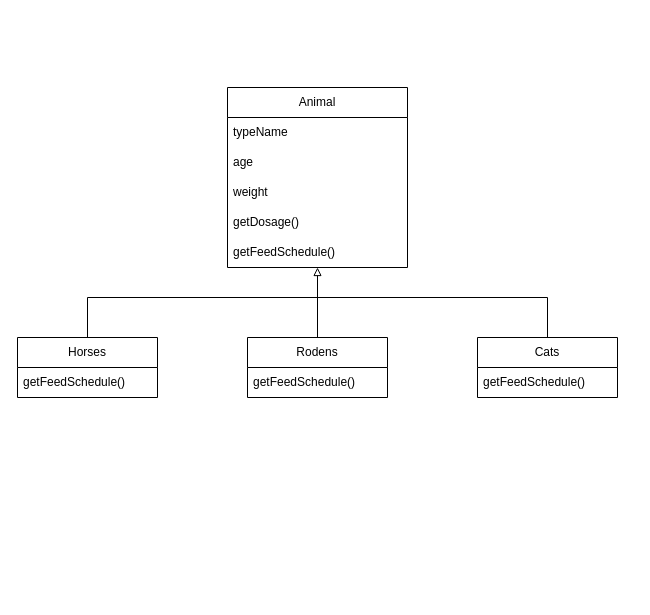
This is ZooManagement.drawio from Gundogduu/javaIntro2022, a draw.io file, before an edit. Source tidied: cells renumbered, new cells numbered last; positions are measured from the earlier drawing's top-left corner, leaving out a move shared by most shapes. Both pictures are drawn from the tidied source at 100%, with x=0, y=0 at pixel (17, 87).
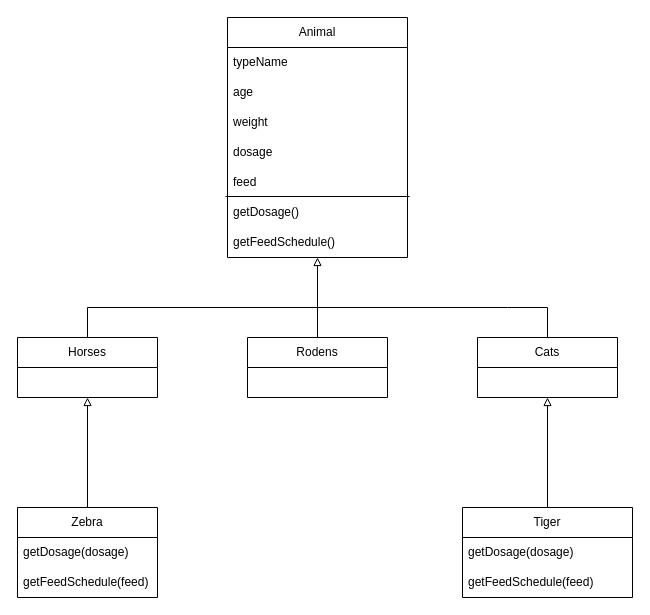
The same diagram, later.

The change refers to these unchanged cells:
```xml
<mxCell id="2" value="Horses" style="swimlane;fontStyle=0;horizontal=1;startSize=30;whiteSpace=wrap;html=1;" parent="1" vertex="1">
  <mxGeometry y="250" width="140" height="60" as="geometry" />
</mxCell>
<mxCell id="11" value="Rodens" style="swimlane;fontStyle=0;horizontal=1;startSize=30;whiteSpace=wrap;html=1;" parent="1" vertex="1">
  <mxGeometry x="230" y="250" width="140" height="60" as="geometry" />
</mxCell>
<mxCell id="13" value="Cats" style="swimlane;fontStyle=0;horizontal=1;startSize=30;whiteSpace=wrap;html=1;" parent="1" vertex="1">
  <mxGeometry x="460" y="250" width="140" height="60" as="geometry" />
</mxCell>
```

What changed in the source:
```diff
@@
+    <mxCell id="17" style="edgeStyle=orthogonalEdgeStyle;rounded=0;jettySize=auto;html=1;endArrow=none;startFill=0;startArrow=block;" parent="1" edge="1" source="2" target="22">
+      <mxGeometry relative="1" as="geometry" />
+    </mxCell>
@@
-    <mxCell id="3" value="getFeedSchedule()" style="text;strokeColor=none;fillColor=none;align=left;verticalAlign=middle;spacingLeft=4;spacingRight=4;overflow=hidden;whiteSpace=wrap;html=1;" parent="2" vertex="1">
-      <mxGeometry y="30" width="140" height="30" as="geometry" />
-    </mxCell>
@@
     <mxCell id="5" value="Animal" style="swimlane;fontStyle=0;horizontal=1;startSize=30;whiteSpace=wrap;html=1;" parent="1" vertex="1">
-      <mxGeometry x="210" width="180" height="180" as="geometry" />
+      <mxGeometry x="210" y="-70" width="180" height="240" as="geometry" />
     </mxCell>
@@
+    <mxCell id="18" value="dosage" style="text;strokeColor=none;fillColor=none;align=left;verticalAlign=middle;spacingLeft=4;spacingRight=4;overflow=hidden;whiteSpace=wrap;html=1;" parent="5" vertex="1">
+      <mxGeometry y="120" width="180" height="30" as="geometry" />
+    </mxCell>
+    <mxCell id="19" value="feed" style="text;strokeColor=none;fillColor=none;align=left;verticalAlign=middle;spacingLeft=4;spacingRight=4;overflow=hidden;points=[[0,0.5],[1,0.5]];portConstraint=eastwest;whiteSpace=wrap;html=1;" parent="5" vertex="1">
+      <mxGeometry y="150" width="180" height="30" as="geometry" />
+    </mxCell>
+    <mxCell id="20" style="endArrow=none;html=1;rounded=0;exitX=-0.011;exitY=-0.033;exitDx=0;exitDy=0;exitPerimeter=0;entryX=1.011;entryY=0.967;entryDx=0;entryDy=0;entryPerimeter=0;" parent="5" edge="1" source="9" target="19">
+      <mxGeometry relative="1" as="geometry" />
+    </mxCell>
     <mxCell id="9" value="getDosage()" style="text;strokeColor=none;fillColor=none;align=left;verticalAlign=middle;spacingLeft=4;spacingRight=4;overflow=hidden;points=[[0,0.5],[1,0.5]];portConstraint=eastwest;whiteSpace=wrap;html=1;" parent="5" vertex="1">
-      <mxGeometry y="120" width="180" height="30" as="geometry" />
+      <mxGeometry y="180" width="180" height="30" as="geometry" />
     </mxCell>
     <mxCell id="10" value="getFeedSchedule()" style="text;strokeColor=none;fillColor=none;align=left;verticalAlign=middle;spacingLeft=4;spacingRight=4;overflow=hidden;whiteSpace=wrap;html=1;" parent="5" vertex="1">
-      <mxGeometry y="150" width="180" height="30" as="geometry" />
+      <mxGeometry y="210" width="180" height="30" as="geometry" />
     </mxCell>
@@
-    <mxCell id="12" value="getFeedSchedule()" style="text;strokeColor=none;fillColor=none;align=left;verticalAlign=middle;spacingLeft=4;spacingRight=4;overflow=hidden;whiteSpace=wrap;html=1;" parent="11" vertex="1">
-      <mxGeometry y="30" width="140" height="30" as="geometry" />
-    </mxCell>
+    <mxCell id="21" style="edgeStyle=orthogonalEdgeStyle;rounded=0;jettySize=auto;html=1;startArrow=block;startFill=0;endArrow=none;" parent="1" edge="1" source="13" target="25">
+      <mxGeometry relative="1" as="geometry" />
+    </mxCell>
@@
-    <mxCell id="14" value="getFeedSchedule()" style="text;strokeColor=none;fillColor=none;align=left;verticalAlign=middle;spacingLeft=4;spacingRight=4;overflow=hidden;whiteSpace=wrap;html=1;" parent="13" vertex="1">
-      <mxGeometry y="30" width="140" height="30" as="geometry" />
-    </mxCell>
     <mxCell id="15" style="endArrow=none;html=1;rounded=0;startFill=0;" parent="1" edge="1">
       <mxGeometry relative="1" as="geometry">
         <mxPoint x="70" y="250" as="sourcePoint" />
-        <mxPoint x="300" y="210" as="targetPoint" />
+        <mxPoint x="300" y="220" as="targetPoint" />
         <Array as="points">
-          <mxPoint x="70" y="210" />
+          <mxPoint x="70" y="220" />
         </Array>
       </mxGeometry>
     </mxCell>
     <mxCell id="16" style="edgeStyle=none;jettySize=auto;html=1;rounded=0;entryX=0.5;entryY=0;entryDx=0;entryDy=0;endArrow=none;startFill=0;" parent="1" edge="1" target="13">
       <mxGeometry relative="1" as="geometry">
-        <mxPoint x="300" y="210" as="sourcePoint" />
+        <mxPoint x="300" y="220" as="sourcePoint" />
         <Array as="points">
-          <mxPoint x="530" y="210" />
+          <mxPoint x="490" y="220" />
+          <mxPoint x="530" y="220" />
         </Array>
       </mxGeometry>
     </mxCell>
+    <mxCell id="22" value="Zebra" style="swimlane;fontStyle=0;horizontal=1;startSize=30;whiteSpace=wrap;html=1;" parent="1" vertex="1">
+      <mxGeometry y="420" width="140" height="90" as="geometry" />
+    </mxCell>
+    <mxCell id="23" value="getDosage(dosage)" style="text;strokeColor=none;fillColor=none;align=left;verticalAlign=middle;spacingLeft=4;spacingRight=4;overflow=hidden;whiteSpace=wrap;html=1;" parent="22" vertex="1">
+      <mxGeometry y="30" width="140" height="30" as="geometry" />
+    </mxCell>
+    <mxCell id="24" value="getFeedSchedule(feed)" style="text;strokeColor=none;fillColor=none;align=left;verticalAlign=middle;spacingLeft=4;spacingRight=4;overflow=hidden;whiteSpace=wrap;html=1;" parent="22" vertex="1">
+      <mxGeometry y="60" width="140" height="30" as="geometry" />
+    </mxCell>
+    <mxCell id="25" value="Tiger" style="swimlane;fontStyle=0;horizontal=1;startSize=30;whiteSpace=wrap;html=1;" parent="1" vertex="1">
+      <mxGeometry x="445" y="420" width="170" height="90" as="geometry" />
+    </mxCell>
+    <mxCell id="26" value="getDosage(dosage)" style="text;strokeColor=none;fillColor=none;align=left;verticalAlign=middle;spacingLeft=4;spacingRight=4;overflow=hidden;whiteSpace=wrap;html=1;" parent="25" vertex="1">
+      <mxGeometry y="30" width="170" height="30" as="geometry" />
+    </mxCell>
+    <mxCell id="27" value="getFeedSchedule(feed)" style="text;strokeColor=none;fillColor=none;align=left;verticalAlign=middle;spacingLeft=4;spacingRight=4;overflow=hidden;whiteSpace=wrap;html=1;" parent="25" vertex="1">
+      <mxGeometry y="60" width="170" height="30" as="geometry" />
+    </mxCell>
```
